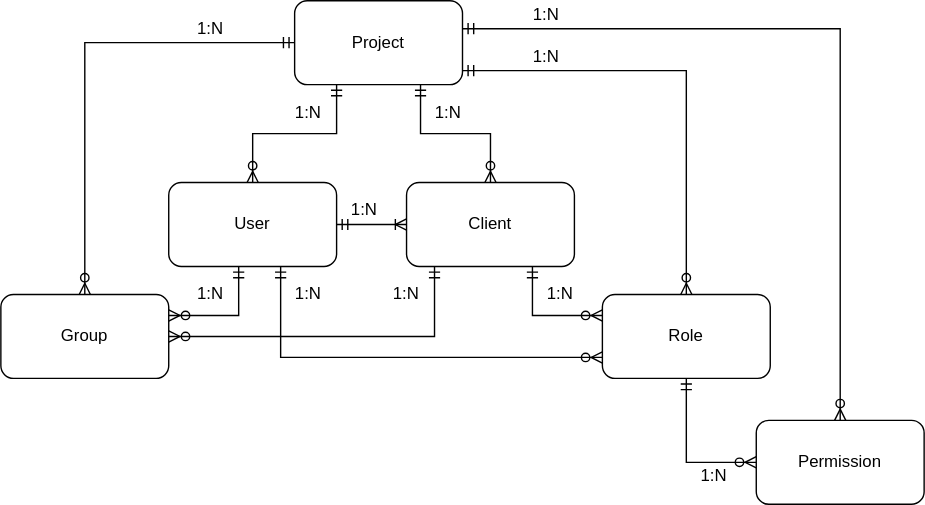
Earlier version of the draw.io export docs/authx-data-model.drawio.svg (jveverka/authx-micro). Source tidied: cells renumbered, new cells last; positions are measured from the earlier drawing's top-left corner, leaving out a move shared by most shapes.
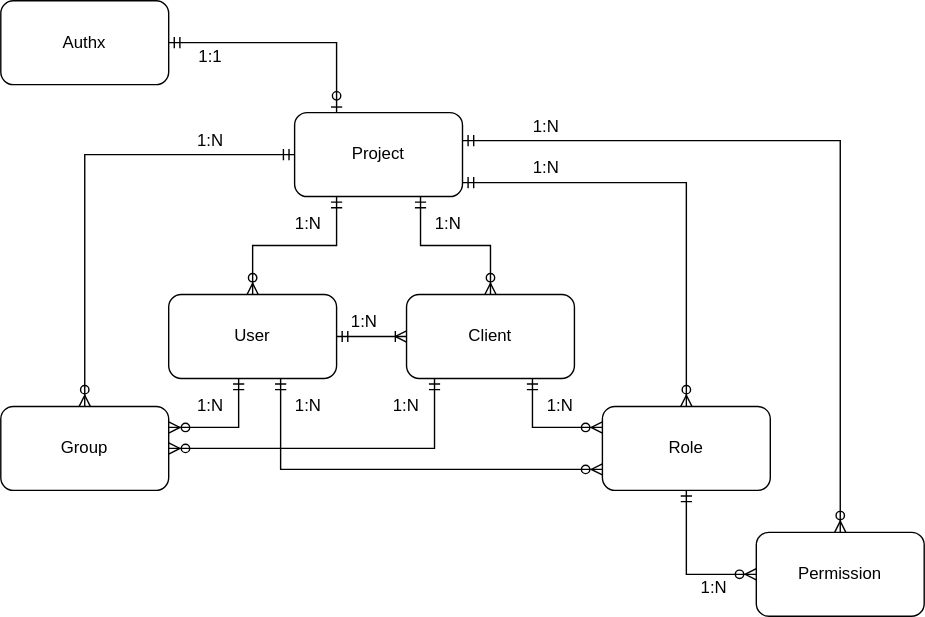
The same diagram one commit later.

Commit message:
added Authx to data model

Change to the diagram source:
```diff
@@ -110,5 +110,14 @@
     <mxCell id="29" value="1:N" style="text;html=1;strokeColor=none;fillColor=none;align=center;verticalAlign=middle;whiteSpace=wrap;rounded=0;" parent="1" vertex="1">
       <mxGeometry x="240" y="140" width="40" height="20" as="geometry" />
     </mxCell>
+    <mxCell id="30" style="edgeStyle=orthogonalEdgeStyle;rounded=0;jettySize=auto;html=1;entryX=0.25;entryY=0;entryDx=0;entryDy=0;startArrow=ERmandOne;startFill=0;endArrow=ERzeroToOne;endFill=0;" parent="1" edge="1" source="31" target="7">
+      <mxGeometry relative="1" as="geometry" />
+    </mxCell>
+    <mxCell id="31" value="Authx" style="rounded=1;whiteSpace=wrap;html=1;" parent="1" vertex="1">
+      <mxGeometry y="-80" width="120" height="60" as="geometry" />
+    </mxCell>
+    <mxCell id="32" value="1:1" style="text;html=1;strokeColor=none;fillColor=none;align=center;verticalAlign=middle;whiteSpace=wrap;rounded=0;" parent="1" vertex="1">
+      <mxGeometry x="130" y="-50" width="40" height="20" as="geometry" />
+    </mxCell>
   </root>
 </mxGraphModel>
```
